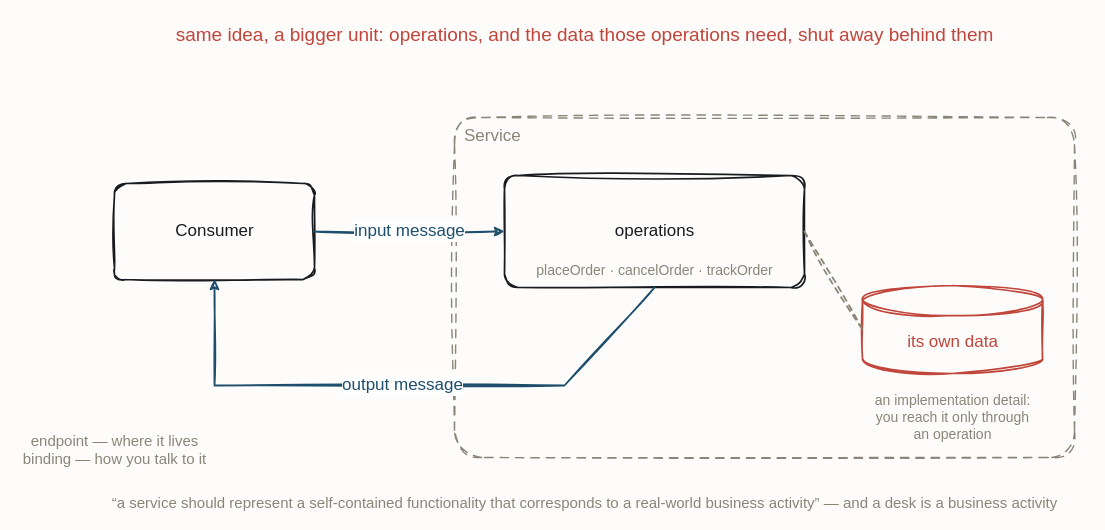
Above: resources/flow-soa-service.drawio in iancooper/practical-messaging (draw.io), before the change. Source tidied: cells renumbered, new cells numbered last; positions are measured from the earlier drawing's top-left corner, leaving out a move shared by most shapes. Both pictures are drawn from the tidied source at 100%, with x=0, y=0 at pixel (54, 17).
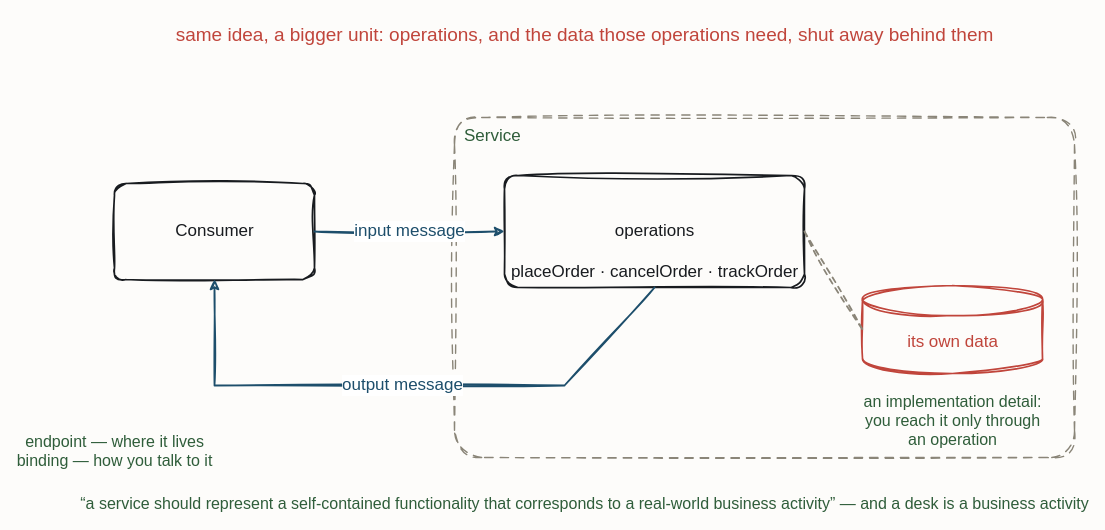
The same page after the edit.

What changed in the source:
```diff
@@
 <mxGraphModel background="#FDFCFA">
   <root>
     <mxCell id="0" />
     <mxCell id="1" parent="0" />
-    <mxCell id="2" value="Service" style="sketch=1;hachureGap=4;jiggle=2;curveFitting=1;fontFamily=Caveat;html=1;rounded=1;arcSize=8;verticalAlign=top;align=left;spacingLeft=8;spacingTop=2;fillColor=none;strokeColor=#8A8578;strokeWidth=1.4;fontColor=#8A8578;fontSize=17;dashed=1;dashPattern=6 5;" parent="1" vertex="1">
+    <mxCell id="2" value="Service" style="sketch=1;hachureGap=4;jiggle=2;curveFitting=1;fontFamily=Caveat;html=1;rounded=1;arcSize=8;verticalAlign=top;align=left;spacingLeft=8;spacingTop=2;fillColor=none;strokeColor=#8A8578;strokeWidth=1.4;fontColor=#2F5D3A;fontSize=17;dashed=1;dashPattern=6 5;" parent="1" vertex="1">
       <mxGeometry x="400" y="100" width="620" height="340" as="geometry" />
     </mxCell>
     <mxCell id="3" value="same idea, a bigger unit: operations, and the data those operations need, shut away behind them" style="text;html=1;align=center;fontFamily=Caveat;fontSize=19;fontColor=#C0453B;" parent="1" vertex="1">
       <mxGeometry x="470" width="120" height="20" as="geometry" />
     </mxCell>
     <mxCell id="4" value="operations" style="sketch=1;hachureGap=4;jiggle=2;curveFitting=1;fontFamily=Caveat;html=1;rounded=1;arcSize=12;strokeColor=#181B1F;strokeWidth=1.7;fillColor=none;fontColor=#181B1F;fontSize=17;" parent="1" vertex="1">
       <mxGeometry x="450" y="158" width="300" height="112" as="geometry" />
     </mxCell>
-    <mxCell id="5" value="placeOrder · cancelOrder · trackOrder" style="text;html=1;align=center;fontFamily=Caveat;fontSize=14;fontColor=#8A8578;" parent="1" vertex="1">
+    <mxCell id="5" value="placeOrder · cancelOrder · trackOrder" style="text;html=1;align=center;fontFamily=Caveat;fontSize=17;fontColor=#181B1F;" parent="1" vertex="1">
       <mxGeometry x="540" y="238" width="120" height="20" as="geometry" />
     </mxCell>
     <mxCell id="6" value="its own data" style="sketch=1;hachureGap=4;jiggle=2;curveFitting=1;fontFamily=Caveat;html=1;shape=cylinder3;boundedLbl=1;backgroundOutline=1;strokeColor=#C0453B;strokeWidth=1.7;fillColor=none;fontColor=#C0453B;fontSize=17;" parent="1" vertex="1">
       <mxGeometry x="808" y="268" width="180" height="88" as="geometry" />
     </mxCell>
     <mxCell id="7" value="Consumer" style="sketch=1;hachureGap=4;jiggle=2;curveFitting=1;fontFamily=Caveat;html=1;rounded=1;arcSize=12;strokeColor=#181B1F;strokeWidth=1.7;fillColor=none;fontColor=#181B1F;fontSize=17;" parent="1" vertex="1">
       <mxGeometry x="60" y="166" width="200" height="96" as="geometry" />
     </mxCell>
-    <mxCell id="8" value="endpoint — where it lives&#10;binding — how you talk to it" style="text;html=1;align=center;fontFamily=Caveat;fontSize=15;fontColor=#8A8578;" parent="1" vertex="1">
+    <mxCell id="8" value="endpoint — where it lives&#10;binding — how you talk to it" style="text;html=1;align=center;fontFamily=Caveat;fontSize=16;fontColor=#2F5D3A;" parent="1" vertex="1">
       <mxGeometry y="408" width="120" height="20" as="geometry" />
     </mxCell>
-    <mxCell id="9" value="an implementation detail:&#10;you reach it only through&#10;an operation" style="text;html=1;align=center;fontFamily=Caveat;fontSize=14;fontColor=#8A8578;" parent="1" vertex="1">
+    <mxCell id="9" value="an implementation detail:&#10;you reach it only through&#10;an operation" style="text;html=1;align=center;fontFamily=Caveat;fontSize=16;fontColor=#2F5D3A;" parent="1" vertex="1">
       <mxGeometry x="838" y="368" width="120" height="20" as="geometry" />
     </mxCell>
-    <mxCell id="10" value="“a service should represent a self-contained functionality that corresponds to a real-world business activity” — and a desk is a business activity" style="text;html=1;align=center;fontFamily=Caveat;fontSize=15;fontColor=#8A8578;" parent="1" vertex="1">
+    <mxCell id="10" value="“a service should represent a self-contained functionality that corresponds to a real-world business activity” — and a desk is a business activity" style="text;html=1;align=center;fontFamily=Caveat;fontSize=16;fontColor=#2F5D3A;" parent="1" vertex="1">
       <mxGeometry x="470" y="470" width="120" height="20" as="geometry" />
     </mxCell>
-    <mxCell id="11" style="sketch=1;jiggle=2;curveFitting=1;edgeStyle=none;rounded=0;strokeColor=#8A8578;strokeWidth=1.8;fontFamily=Caveat;fontSize=17;fontColor=#8A8578;html=1;dashed=1;endArrow=none;exitX=1.0;exitY=0.5;exitDx=0;exitDy=0;entryX=0.0;entryY=0.5;entryDx=0;entryDy=0;" parent="1" edge="1" source="4" target="6">
+    <mxCell id="11" style="sketch=1;jiggle=2;curveFitting=1;edgeStyle=none;rounded=0;strokeColor=#8A8578;strokeWidth=1.8;fontFamily=Caveat;fontSize=17;fontColor=#2F5D3A;html=1;dashed=1;endArrow=none;exitX=1.0;exitY=0.5;exitDx=0;exitDy=0;entryX=0.0;entryY=0.5;entryDx=0;entryDy=0;" parent="1" edge="1" source="4" target="6">
       <mxGeometry relative="1" as="geometry" />
     </mxCell>
     <mxCell id="12" value="input message" style="sketch=1;jiggle=2;curveFitting=1;edgeStyle=none;rounded=0;strokeColor=#1D4E6B;strokeWidth=1.8;fontFamily=Caveat;fontSize=17;fontColor=#1D4E6B;html=1;exitX=1.0;exitY=0.5;exitDx=0;exitDy=0;entryX=0.0;entryY=0.5;entryDx=0;entryDy=0;" parent="1" edge="1" source="7" target="4">
       <mxGeometry relative="1" as="geometry" />
     </mxCell>
     <mxCell id="13" value="output message" style="sketch=1;jiggle=2;curveFitting=1;edgeStyle=none;rounded=0;strokeColor=#1D4E6B;strokeWidth=1.8;fontFamily=Caveat;fontSize=17;fontColor=#1D4E6B;html=1;exitX=0.5;exitY=1.0;exitDx=0;exitDy=0;entryX=0.5;entryY=1.0;entryDx=0;entryDy=0;" parent="1" edge="1" source="4" target="7">
       <mxGeometry relative="1" as="geometry">
         <Array as="points">
           <mxPoint x="510" y="368" />
           <mxPoint x="160" y="368" />
         </Array>
       </mxGeometry>
     </mxCell>
   </root>
 </mxGraphModel>
```
